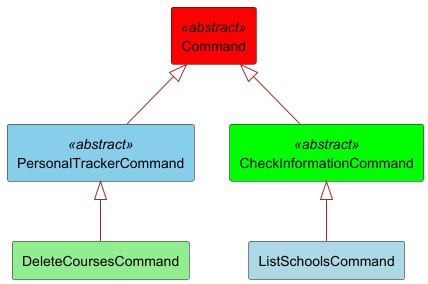
Earlier version of the PlantUML export uml-images/MiniCommandClass.png (nus-cs2113-AY2425S1/tp).
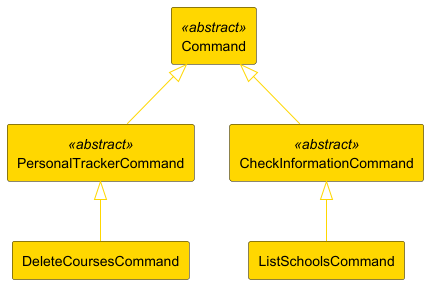
Above is the later version.

Change to the diagram source:
```diff
@@ -2,16 +2,16 @@
 
 skinparam componentStyle rectangle
 
-component PersonalTrackerCommand <<abstract>> #skyblue
-component CheckInformationCommand <<abstract>> #lime
-component ListSchoolsCommand #lightblue
-component DeleteCoursesCommand #lightgreen
-component Command <<abstract>> #red
+component PersonalTrackerCommand <<abstract>> #gold
+component CheckInformationCommand <<abstract>> #gold
+component ListSchoolsCommand #gold
+component DeleteCoursesCommand #gold
+component Command <<abstract>> #gold
 
-PersonalTrackerCommand -up[#brown]-|> Command
-CheckInformationCommand -up[#brown]-|> Command
+PersonalTrackerCommand -up[#gold]-|> Command
+CheckInformationCommand -up[#gold]-|> Command
 
-ListSchoolsCommand -up[#brown]-|> CheckInformationCommand
-DeleteCoursesCommand -up[#brown]-|> PersonalTrackerCommand
+ListSchoolsCommand -up[#gold]-|> CheckInformationCommand
+DeleteCoursesCommand -up[#gold]-|> PersonalTrackerCommand
 
 @enduml
```
